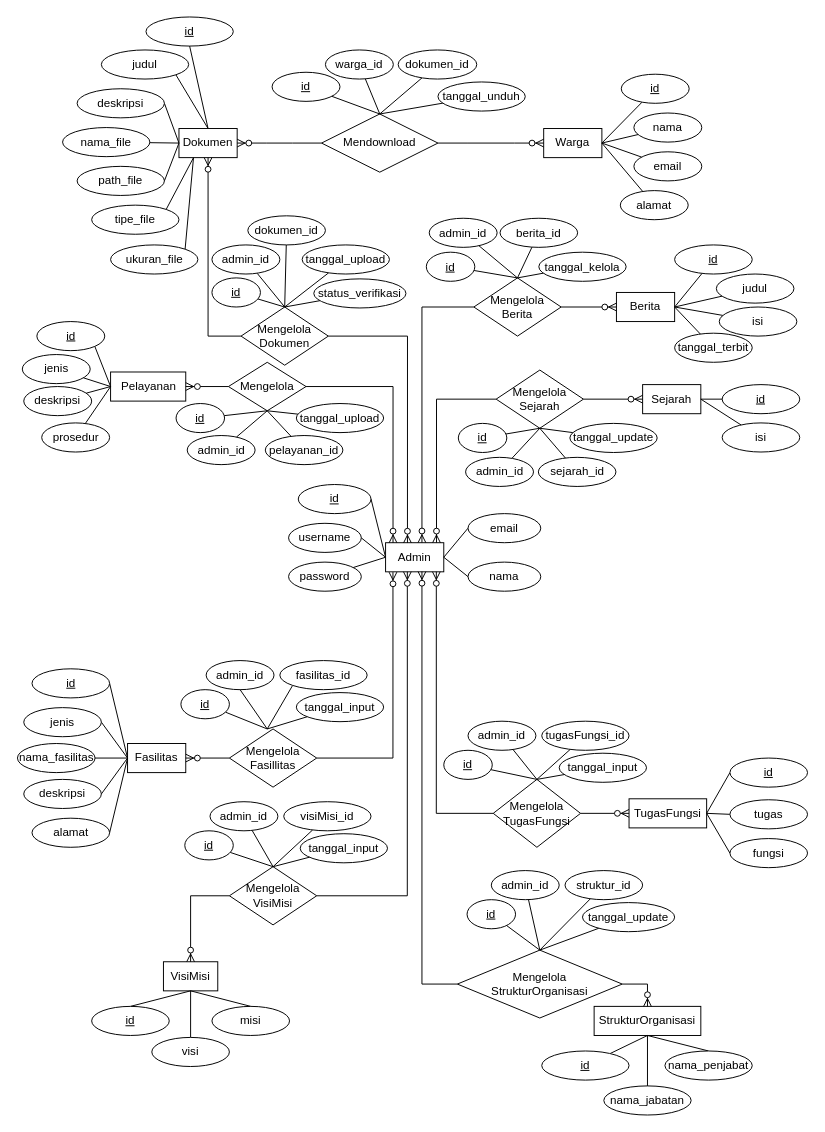
This is docs/KP-ERD.drawio from SammEccent/Project-KP, a draw.io file, before an edit. Source tidied: cells renumbered, new cells numbered last; positions are measured from the earlier drawing's top-left corner, leaving out a move shared by most shapes. Both pictures are drawn from the tidied source at 97%, with x=0, y=0 at pixel (16, 16).
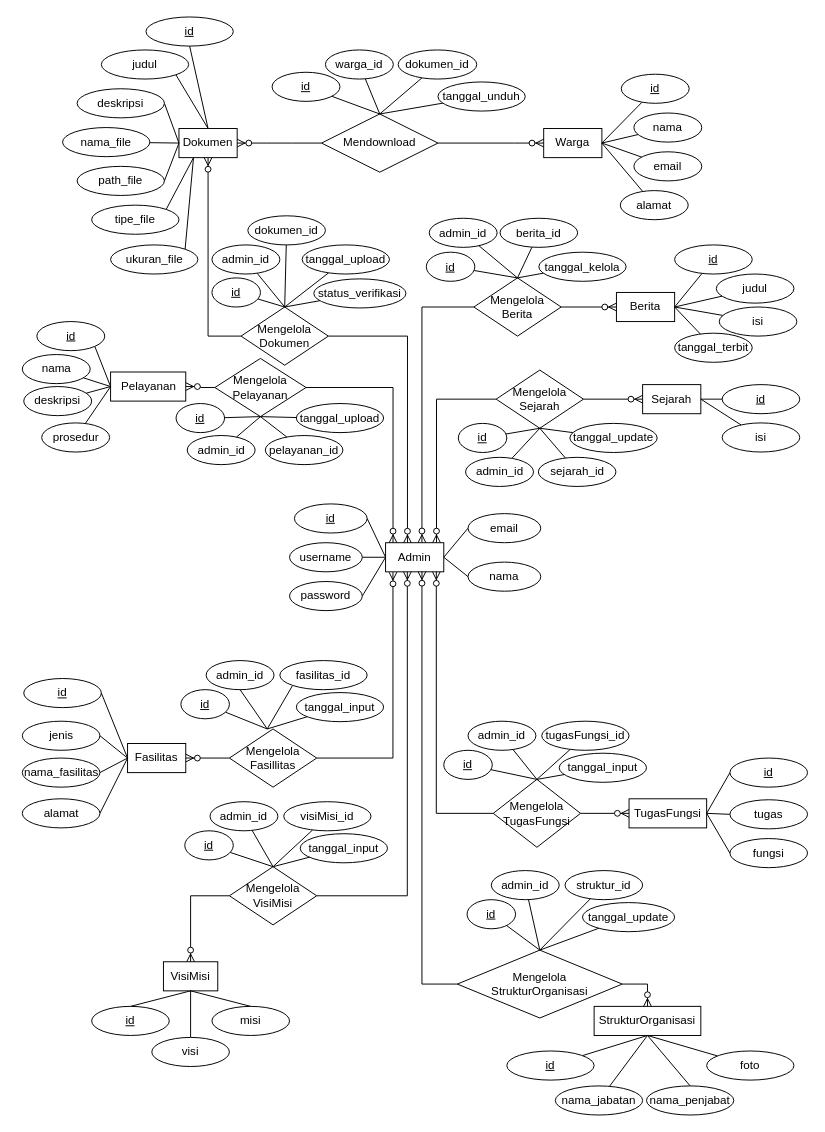
Above is the later version.

The change refers to these unchanged cells:
```xml
<mxCell id="3" value="Admin" style="html=1;dashed=0;whiteSpace=wrap;" parent="1" vertex="1">
  <mxGeometry x="380" y="542" width="60" height="30" as="geometry" />
</mxCell>
<mxCell id="10" value="StrukturOrganisasi" style="html=1;dashed=0;whiteSpace=wrap;" parent="1" vertex="1">
  <mxGeometry x="595" y="1020" width="110" height="30" as="geometry" />
</mxCell>
<mxCell id="11" value="Fasilitas" style="html=1;dashed=0;whiteSpace=wrap;" parent="1" vertex="1">
  <mxGeometry x="114" y="749" width="60" height="30" as="geometry" />
</mxCell>
```

What changed in the source:
```diff
@@
     <mxCell id="13" value="id" style="ellipse;whiteSpace=wrap;html=1;align=center;fontStyle=4;" parent="1" vertex="1">
-      <mxGeometry x="290" y="482" width="75" height="30" as="geometry" />
+      <mxGeometry x="286" y="502" width="75" height="30" as="geometry" />
     </mxCell>
@@
     <mxCell id="15" value="username" style="ellipse;whiteSpace=wrap;html=1;align=center;" parent="1" vertex="1">
-      <mxGeometry x="280" y="522" width="75" height="30" as="geometry" />
+      <mxGeometry x="281" y="542" width="75" height="30" as="geometry" />
     </mxCell>
-    <mxCell id="16" style="rounded=0;jettySize=auto;html=1;entryX=0;entryY=0.5;entryDx=0;entryDy=0;endArrow=none;startFill=0;" parent="1" edge="1" source="17" target="3">
+    <mxCell id="16" style="rounded=0;jettySize=auto;html=1;entryX=0;entryY=0.5;entryDx=0;entryDy=0;endArrow=none;startFill=0;exitX=1;exitY=0.5;exitDx=0;exitDy=0;" parent="1" edge="1" source="17" target="3">
       <mxGeometry relative="1" as="geometry" />
     </mxCell>
     <mxCell id="17" value="password" style="ellipse;whiteSpace=wrap;html=1;align=center;" parent="1" vertex="1">
-      <mxGeometry x="280" y="562" width="75" height="30" as="geometry" />
+      <mxGeometry x="281" y="582" width="75" height="30" as="geometry" />
     </mxCell>
@@
     <mxCell id="46" value="id" style="ellipse;whiteSpace=wrap;html=1;align=center;fontStyle=4;" parent="1" vertex="1">
-      <mxGeometry x="541" y="1066" width="90" height="30" as="geometry" />
+      <mxGeometry x="505" y="1066" width="90" height="30" as="geometry" />
     </mxCell>
@@
     <mxCell id="48" value="nama_jabatan" style="ellipse;whiteSpace=wrap;html=1;align=center;" parent="1" vertex="1">
-      <mxGeometry x="605" y="1102" width="90" height="30" as="geometry" />
+      <mxGeometry x="555" y="1102" width="90" height="30" as="geometry" />
     </mxCell>
@@
     <mxCell id="50" value="nama_penjabat" style="ellipse;whiteSpace=wrap;html=1;align=center;" parent="1" vertex="1">
-      <mxGeometry x="668" y="1066" width="90" height="30" as="geometry" />
+      <mxGeometry x="649" y="1102" width="90" height="30" as="geometry" />
     </mxCell>
@@
     <mxCell id="66" value="id" style="ellipse;whiteSpace=wrap;html=1;align=center;fontStyle=4;" parent="1" vertex="1">
-      <mxGeometry x="15.5" y="672" width="80" height="30" as="geometry" />
+      <mxGeometry x="7" y="682" width="80" height="30" as="geometry" />
     </mxCell>
@@
     <mxCell id="68" value="nama_fasilitas" style="ellipse;whiteSpace=wrap;html=1;align=center;" parent="1" vertex="1">
-      <mxGeometry x="0.5" y="749" width="80" height="30" as="geometry" />
+      <mxGeometry x="5.5" y="764" width="80" height="30" as="geometry" />
     </mxCell>
@@
     <mxCell id="70" value="jenis" style="ellipse;whiteSpace=wrap;html=1;align=center;" parent="1" vertex="1">
-      <mxGeometry x="7" y="712" width="80" height="30" as="geometry" />
+      <mxGeometry x="5.5" y="726" width="80" height="30" as="geometry" />
     </mxCell>
@@
     <mxCell id="72" value="alamat" style="ellipse;whiteSpace=wrap;html=1;align=center;" parent="1" vertex="1">
-      <mxGeometry x="15.5" y="826" width="80" height="30" as="geometry" />
+      <mxGeometry x="5.5" y="806" width="80" height="30" as="geometry" />
     </mxCell>
-    <mxCell id="73" style="rounded=0;jettySize=auto;html=1;entryX=0;entryY=0.5;entryDx=0;entryDy=0;endArrow=none;startFill=0;exitX=1;exitY=0.5;exitDx=0;exitDy=0;" parent="1" edge="1" source="74" target="11">
-      <mxGeometry relative="1" as="geometry" />
-    </mxCell>
-    <mxCell id="74" value="deskripsi" style="ellipse;whiteSpace=wrap;html=1;align=center;" parent="1" vertex="1">
-      <mxGeometry x="7" y="786" width="80" height="30" as="geometry" />
-    </mxCell>
@@
-    <mxCell id="79" value="jenis" style="ellipse;whiteSpace=wrap;html=1;align=center;" parent="1" vertex="1">
+    <mxCell id="79" value="nama" style="ellipse;whiteSpace=wrap;html=1;align=center;" parent="1" vertex="1">
       <mxGeometry x="5.5" y="348" width="70" height="30" as="geometry" />
     </mxCell>
@@
-    <mxCell id="88" value="Mengelola" style="shape=rhombus;html=1;dashed=0;whiteSpace=wrap;perimeter=rhombusPerimeter;" parent="1" vertex="1">
-      <mxGeometry x="218" y="356" width="80" height="50" as="geometry" />
+    <mxCell id="88" value="Mengelola Pelayanan" style="shape=rhombus;html=1;dashed=0;whiteSpace=wrap;perimeter=rhombusPerimeter;" parent="1" vertex="1">
+      <mxGeometry x="204" y="352" width="94" height="60" as="geometry" />
     </mxCell>
@@
+    <mxCell id="193" style="rounded=0;jettySize=auto;html=1;entryX=0.5;entryY=1;entryDx=0;entryDy=0;endArrow=none;startFill=0;" parent="1" edge="1" source="194" target="10">
+      <mxGeometry relative="1" as="geometry" />
+    </mxCell>
+    <mxCell id="194" value="foto" style="ellipse;whiteSpace=wrap;html=1;align=center;" parent="1" vertex="1">
+      <mxGeometry x="711" y="1066" width="90" height="30" as="geometry" />
+    </mxCell>
```
